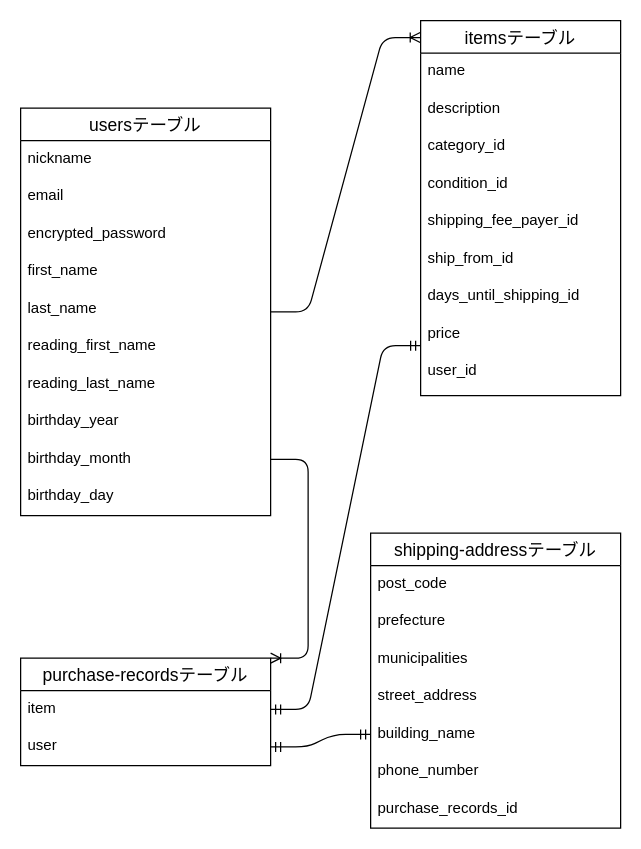
Earlier version of the draw.io diagram furima-40367-ER.dio (takisu918/furima-40367). Source tidied: cells renumbered, new cells numbered last; positions are measured from the earlier drawing's top-left corner, leaving out a move shared by most shapes. Both pictures are drawn from the tidied source at 125%, with x=0, y=0 at pixel (20, 20).
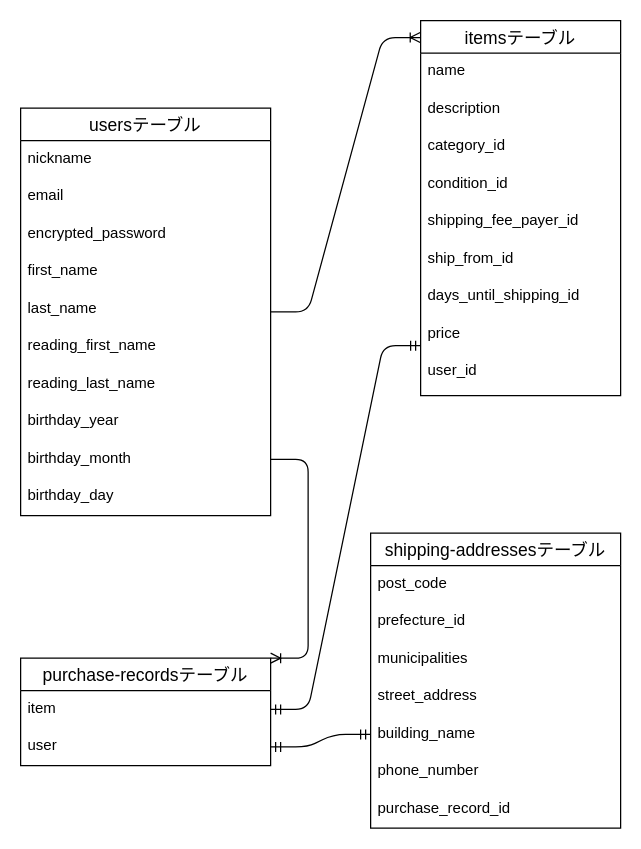
After the change.

Commit message:
#3データベース設計（修正2）

Change to the diagram source:
```diff
@@
-    <mxCell id="26" value="shipping-addressテーブル" style="swimlane;fontStyle=0;horizontal=1;startSize=26;align=center;fontSize=14;" parent="1" vertex="1">
+    <mxCell id="26" value="shipping-addressesテーブル" style="swimlane;fontStyle=0;horizontal=1;startSize=26;align=center;fontSize=14;" parent="1" vertex="1">
       <mxGeometry x="280" y="410" width="200" height="236" as="geometry" />
     </mxCell>
@@
-    <mxCell id="28" value="prefecture" style="text;strokeColor=none;fillColor=none;spacingLeft=4;spacingRight=4;overflow=hidden;fontSize=12;" parent="26" vertex="1">
+    <mxCell id="28" value="prefecture_id" style="text;strokeColor=none;fillColor=none;spacingLeft=4;spacingRight=4;overflow=hidden;fontSize=12;" parent="26" vertex="1">
       <mxGeometry y="56" width="200" height="30" as="geometry" />
     </mxCell>
@@
-    <mxCell id="33" value="purchase_records_id" style="text;strokeColor=none;fillColor=none;spacingLeft=4;spacingRight=4;overflow=hidden;fontSize=12;" parent="26" vertex="1">
+    <mxCell id="33" value="purchase_record_id" style="text;strokeColor=none;fillColor=none;spacingLeft=4;spacingRight=4;overflow=hidden;fontSize=12;" parent="26" vertex="1">
       <mxGeometry y="206" width="200" height="30" as="geometry" />
     </mxCell>
```
